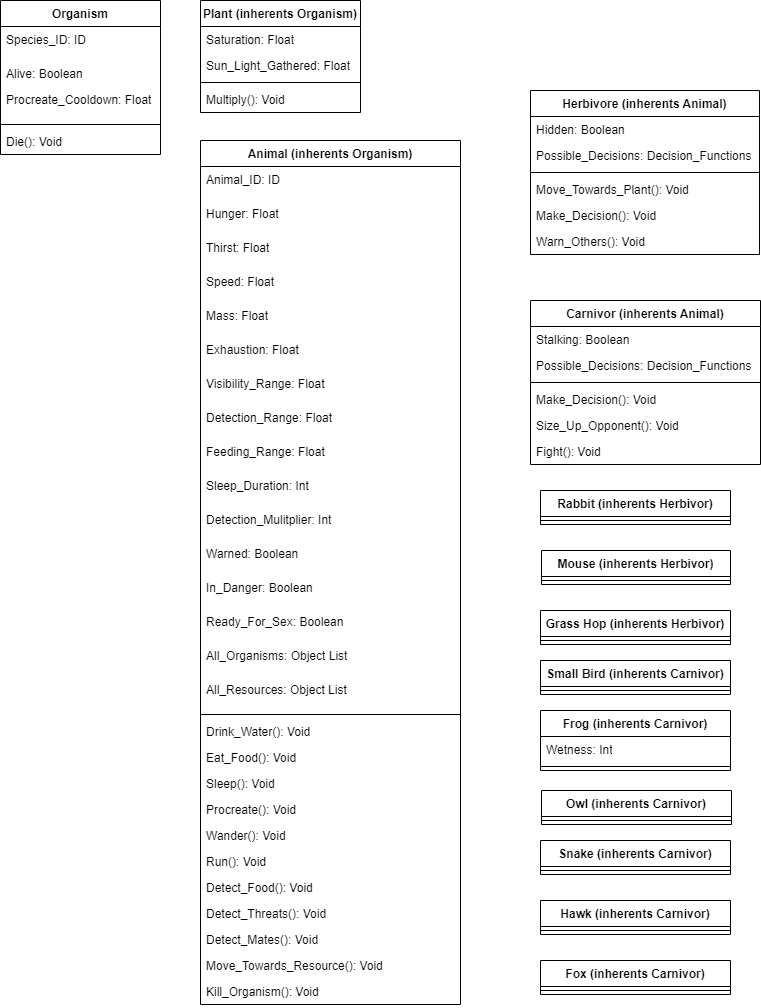
Earlier version of the draw.io export designs/Organisms/Class Diagrams.png (JamesMeta/Simulation-of-Ecosystem-Food-Chains). Source tidied: cells renumbered, new cells last; positions are measured from the earlier drawing's top-left corner, leaving out a move shared by most shapes.
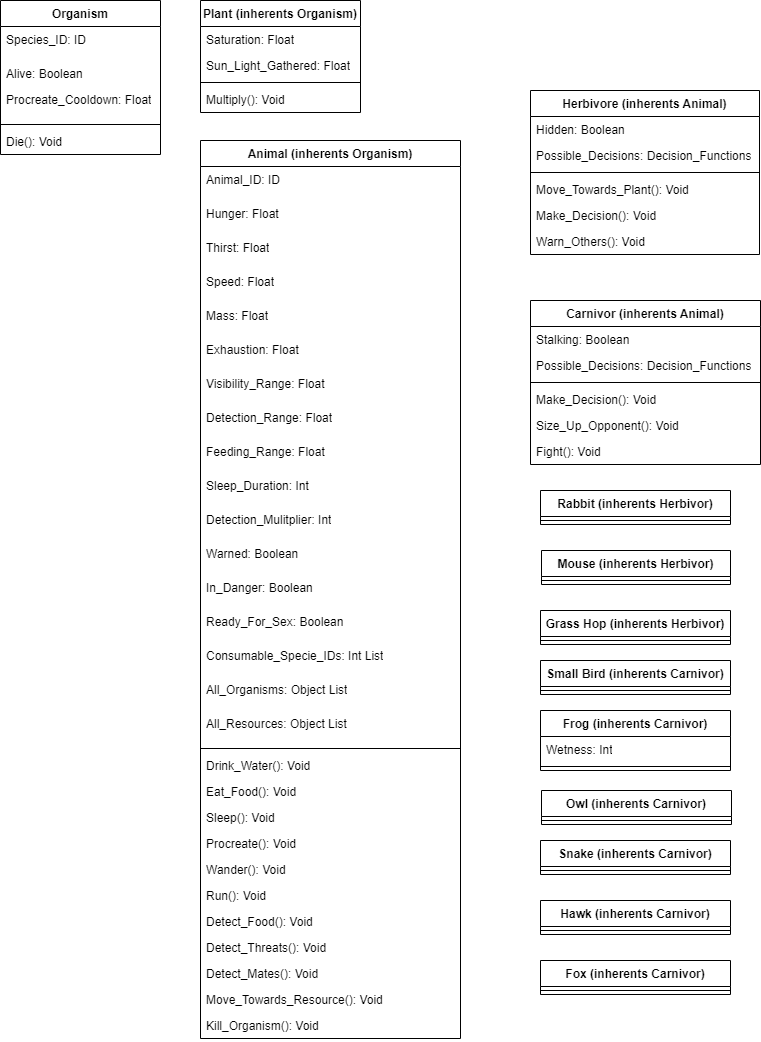
After the commit.

Change to the diagram source:
```diff
@@ -3,7 +3,7 @@
     <mxCell id="0" />
     <mxCell id="1" parent="0" />
     <mxCell id="2" value="Animal (inherents Organism)" style="swimlane;fontStyle=1;align=center;verticalAlign=top;horizontal=1;startSize=26;whiteSpace=wrap;html=1;" parent="1" vertex="1">
-      <mxGeometry x="200" y="140" width="260" height="864" as="geometry" />
+      <mxGeometry x="200" y="140" width="260" height="898" as="geometry" />
     </mxCell>
     <mxCell id="3" value="Animal_ID: ID" style="text;strokeColor=none;fillColor=none;align=left;verticalAlign=top;spacingLeft=4;spacingRight=4;overflow=hidden;whiteSpace=wrap;html=1;" parent="2" vertex="1">
       <mxGeometry y="26" width="260" height="34" as="geometry" />
@@ -47,47 +47,50 @@
     <mxCell id="16" value="Ready_For_Sex: Boolean" style="text;strokeColor=none;fillColor=none;align=left;verticalAlign=top;spacingLeft=4;spacingRight=4;overflow=hidden;whiteSpace=wrap;html=1;" parent="2" vertex="1">
       <mxGeometry y="468" width="260" height="34" as="geometry" />
     </mxCell>
+    <mxCell id="75" value="Consumable_Specie_IDs: Int List" style="text;strokeColor=none;fillColor=none;align=left;verticalAlign=top;spacingLeft=4;spacingRight=4;overflow=hidden;whiteSpace=wrap;html=1;" parent="2" vertex="1">
+      <mxGeometry y="502" width="260" height="34" as="geometry" />
+    </mxCell>
     <mxCell id="17" value="All_Organisms: Object List" style="text;strokeColor=none;fillColor=none;align=left;verticalAlign=top;spacingLeft=4;spacingRight=4;overflow=hidden;whiteSpace=wrap;html=1;" parent="2" vertex="1">
-      <mxGeometry y="502" width="260" height="34" as="geometry" />
+      <mxGeometry y="536" width="260" height="34" as="geometry" />
     </mxCell>
     <mxCell id="18" value="All_Resources: Object List" style="text;strokeColor=none;fillColor=none;align=left;verticalAlign=top;spacingLeft=4;spacingRight=4;overflow=hidden;whiteSpace=wrap;html=1;" parent="2" vertex="1">
-      <mxGeometry y="536" width="260" height="34" as="geometry" />
+      <mxGeometry y="570" width="260" height="34" as="geometry" />
     </mxCell>
     <mxCell id="19" style="line;strokeWidth=1;fillColor=none;align=left;verticalAlign=middle;spacingTop=-1;spacingLeft=3;spacingRight=3;labelPosition=right;strokeColor=inherit;" parent="2" vertex="1">
-      <mxGeometry y="570" width="260" height="8" as="geometry" />
+      <mxGeometry y="604" width="260" height="8" as="geometry" />
     </mxCell>
     <mxCell id="20" value="Drink_Water(): Void" style="text;strokeColor=none;fillColor=none;align=left;verticalAlign=top;spacingLeft=4;spacingRight=4;overflow=hidden;whiteSpace=wrap;html=1;" parent="2" vertex="1">
-      <mxGeometry y="578" width="260" height="26" as="geometry" />
+      <mxGeometry y="612" width="260" height="26" as="geometry" />
     </mxCell>
     <mxCell id="21" value="Eat_Food(): Void" style="text;strokeColor=none;fillColor=none;align=left;verticalAlign=top;spacingLeft=4;spacingRight=4;overflow=hidden;whiteSpace=wrap;html=1;" parent="2" vertex="1">
-      <mxGeometry y="604" width="260" height="26" as="geometry" />
+      <mxGeometry y="638" width="260" height="26" as="geometry" />
     </mxCell>
     <mxCell id="22" value="Sleep(): Void" style="text;strokeColor=none;fillColor=none;align=left;verticalAlign=top;spacingLeft=4;spacingRight=4;overflow=hidden;whiteSpace=wrap;html=1;" parent="2" vertex="1">
-      <mxGeometry y="630" width="260" height="26" as="geometry" />
+      <mxGeometry y="664" width="260" height="26" as="geometry" />
     </mxCell>
     <mxCell id="23" value="Procreate(): Void" style="text;strokeColor=none;fillColor=none;align=left;verticalAlign=top;spacingLeft=4;spacingRight=4;overflow=hidden;whiteSpace=wrap;html=1;" parent="2" vertex="1">
-      <mxGeometry y="656" width="260" height="26" as="geometry" />
+      <mxGeometry y="690" width="260" height="26" as="geometry" />
     </mxCell>
     <mxCell id="24" value="Wander(): Void" style="text;strokeColor=none;fillColor=none;align=left;verticalAlign=top;spacingLeft=4;spacingRight=4;overflow=hidden;whiteSpace=wrap;html=1;" parent="2" vertex="1">
-      <mxGeometry y="682" width="260" height="26" as="geometry" />
+      <mxGeometry y="716" width="260" height="26" as="geometry" />
     </mxCell>
     <mxCell id="25" value="Run(): Void" style="text;strokeColor=none;fillColor=none;align=left;verticalAlign=top;spacingLeft=4;spacingRight=4;overflow=hidden;whiteSpace=wrap;html=1;" parent="2" vertex="1">
-      <mxGeometry y="708" width="260" height="26" as="geometry" />
+      <mxGeometry y="742" width="260" height="26" as="geometry" />
     </mxCell>
     <mxCell id="26" value="Detect_Food(): Void" style="text;strokeColor=none;fillColor=none;align=left;verticalAlign=top;spacingLeft=4;spacingRight=4;overflow=hidden;whiteSpace=wrap;html=1;" parent="2" vertex="1">
-      <mxGeometry y="734" width="260" height="26" as="geometry" />
+      <mxGeometry y="768" width="260" height="26" as="geometry" />
     </mxCell>
     <mxCell id="27" value="Detect_Threats(): Void" style="text;strokeColor=none;fillColor=none;align=left;verticalAlign=top;spacingLeft=4;spacingRight=4;overflow=hidden;whiteSpace=wrap;html=1;" parent="2" vertex="1">
-      <mxGeometry y="760" width="260" height="26" as="geometry" />
+      <mxGeometry y="794" width="260" height="26" as="geometry" />
     </mxCell>
     <mxCell id="28" value="Detect_Mates(): Void" style="text;strokeColor=none;fillColor=none;align=left;verticalAlign=top;spacingLeft=4;spacingRight=4;overflow=hidden;whiteSpace=wrap;html=1;" parent="2" vertex="1">
-      <mxGeometry y="786" width="260" height="26" as="geometry" />
+      <mxGeometry y="820" width="260" height="26" as="geometry" />
     </mxCell>
     <mxCell id="29" value="Move_Towards_Resource(): Void" style="text;strokeColor=none;fillColor=none;align=left;verticalAlign=top;spacingLeft=4;spacingRight=4;overflow=hidden;whiteSpace=wrap;html=1;" parent="2" vertex="1">
-      <mxGeometry y="812" width="260" height="26" as="geometry" />
+      <mxGeometry y="846" width="260" height="26" as="geometry" />
     </mxCell>
     <mxCell id="30" value="Kill_Organism(): Void" style="text;strokeColor=none;fillColor=none;align=left;verticalAlign=top;spacingLeft=4;spacingRight=4;overflow=hidden;whiteSpace=wrap;html=1;" parent="2" vertex="1">
-      <mxGeometry y="838" width="260" height="26" as="geometry" />
+      <mxGeometry y="872" width="260" height="26" as="geometry" />
     </mxCell>
     <mxCell id="31" value="Plant (inherents Organism)" style="swimlane;fontStyle=1;align=center;verticalAlign=top;horizontal=1;startSize=26;whiteSpace=wrap;html=1;" parent="1" vertex="1">
       <mxGeometry x="200" width="160" height="112" as="geometry" />
```
